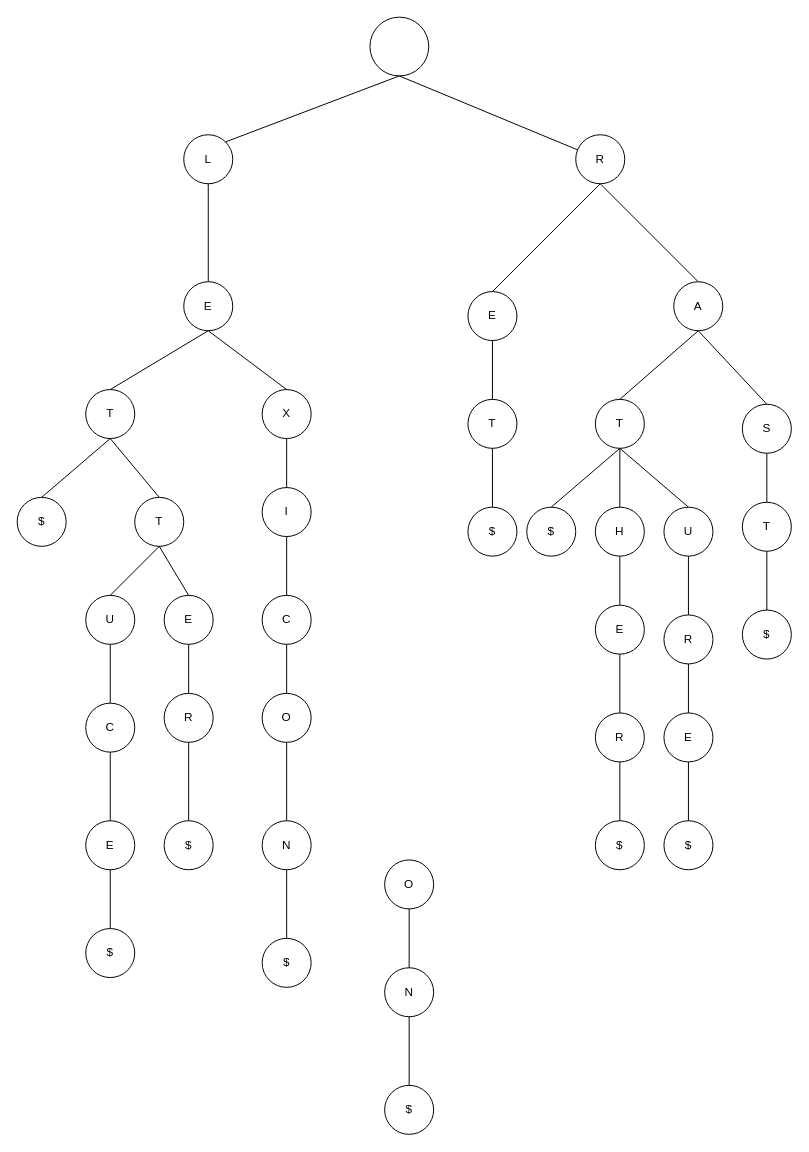
This is Main/Untitled Diagram.drawio from ArnavPatel09/TreeDrawings, a draw.io file, before an edit. Source tidied: cells renumbered, new cells numbered last; positions are measured from the earlier drawing's top-left corner, leaving out a move shared by most shapes. Both pictures are drawn from the tidied source at 98%, with x=0, y=0 at pixel (17, 17).
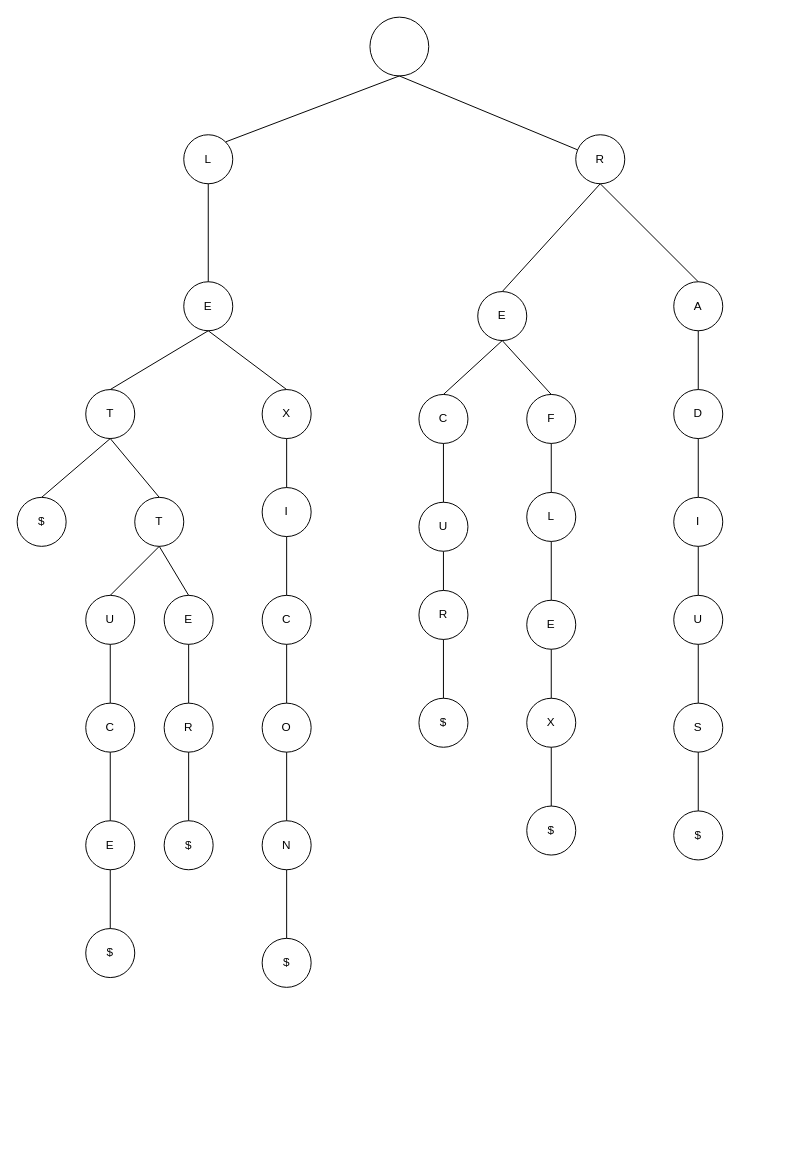
The same diagram, later.

Commit message:
Completed Tree

The change refers to these unchanged cells:
```xml
<mxCell id="50" value="A" style="ellipse;whiteSpace=wrap;html=1;" parent="1" vertex="1">
  <mxGeometry x="670" y="270" width="50" height="50" as="geometry" />
</mxCell>
```

Change to the diagram source:
```diff
@@
     <mxCell id="14" value="O" style="ellipse;whiteSpace=wrap;html=1;" parent="1" vertex="1">
-      <mxGeometry x="250" y="690" width="50" height="50" as="geometry" />
+      <mxGeometry x="250" y="700" width="50" height="50" as="geometry" />
     </mxCell>
@@
-    <mxCell id="16" value="O" style="ellipse;whiteSpace=wrap;html=1;" parent="1" vertex="1">
-      <mxGeometry x="375" y="860" width="50" height="50" as="geometry" />
+    <mxCell id="16" value="R" style="ellipse;whiteSpace=wrap;html=1;" parent="1" vertex="1">
+      <mxGeometry x="410" y="585" width="50" height="50" as="geometry" />
     </mxCell>
@@
-    <mxCell id="18" value="N" style="ellipse;whiteSpace=wrap;html=1;" parent="1" vertex="1">
-      <mxGeometry x="375" y="970" width="50" height="50" as="geometry" />
+    <mxCell id="18" value="$" style="ellipse;whiteSpace=wrap;html=1;" parent="1" vertex="1">
+      <mxGeometry x="410" y="695" width="50" height="50" as="geometry" />
     </mxCell>
-    <mxCell id="19" value="$" style="ellipse;whiteSpace=wrap;html=1;" parent="1" vertex="1">
-      <mxGeometry x="375" y="1090" width="50" height="50" as="geometry" />
-    </mxCell>
@@
-    <mxCell id="23" style="endArrow=none;html=1;rounded=0;entryX=0.5;entryY=1;entryDx=0;entryDy=0;exitX=0.5;exitY=0;exitDx=0;exitDy=0;" parent="1" edge="1" source="19" target="18">
+    <mxCell id="23" style="endArrow=none;html=1;rounded=0;entryX=0.5;entryY=1;entryDx=0;entryDy=0;exitX=0.5;exitY=0;exitDx=0;exitDy=0;" parent="1" edge="1" source="16" target="42">
       <mxGeometry relative="1" as="geometry" />
     </mxCell>
@@
     <mxCell id="25" value="R" style="ellipse;whiteSpace=wrap;html=1;" parent="1" vertex="1">
-      <mxGeometry x="150" y="690" width="50" height="50" as="geometry" />
+      <mxGeometry x="150" y="700" width="50" height="50" as="geometry" />
     </mxCell>
@@
     <mxCell id="39" value="E" style="ellipse;whiteSpace=wrap;html=1;" parent="1" vertex="1">
-      <mxGeometry x="460" y="280" width="50" height="50" as="geometry" />
+      <mxGeometry x="470" y="280" width="50" height="50" as="geometry" />
     </mxCell>
-    <mxCell id="40" value="T" style="ellipse;whiteSpace=wrap;html=1;" parent="1" vertex="1">
-      <mxGeometry x="460" y="390" width="50" height="50" as="geometry" />
+    <mxCell id="40" value="C" style="ellipse;whiteSpace=wrap;html=1;" parent="1" vertex="1">
+      <mxGeometry x="410" y="385" width="50" height="50" as="geometry" />
     </mxCell>
-    <mxCell id="41" value="U" style="ellipse;whiteSpace=wrap;html=1;" parent="1" vertex="1">
-      <mxGeometry x="660" y="500" width="50" height="50" as="geometry" />
-    </mxCell>
-    <mxCell id="42" value="$" style="ellipse;whiteSpace=wrap;html=1;" parent="1" vertex="1">
-      <mxGeometry x="460" y="500" width="50" height="50" as="geometry" />
+    <mxCell id="42" value="U" style="ellipse;whiteSpace=wrap;html=1;" parent="1" vertex="1">
+      <mxGeometry x="410" y="495" width="50" height="50" as="geometry" />
     </mxCell>
-    <mxCell id="43" value="R" style="ellipse;whiteSpace=wrap;html=1;" parent="1" vertex="1">
-      <mxGeometry x="660" y="610" width="50" height="50" as="geometry" />
-    </mxCell>
-    <mxCell id="44" value="E" style="ellipse;whiteSpace=wrap;html=1;" parent="1" vertex="1">
-      <mxGeometry x="660" y="710" width="50" height="50" as="geometry" />
-    </mxCell>
@@
-    <mxCell id="48" style="endArrow=none;html=1;rounded=0;entryX=0.5;entryY=1;entryDx=0;entryDy=0;exitX=0.5;exitY=0;exitDx=0;exitDy=0;" parent="1" edge="1" source="43" target="41">
-      <mxGeometry relative="1" as="geometry" />
-    </mxCell>
-    <mxCell id="49" style="endArrow=none;html=1;rounded=0;entryX=0.5;entryY=1;entryDx=0;entryDy=0;exitX=0.5;exitY=0;exitDx=0;exitDy=0;" parent="1" edge="1" source="44" target="43">
-      <mxGeometry relative="1" as="geometry" />
-    </mxCell>
@@
-    <mxCell id="51" value="T" style="ellipse;whiteSpace=wrap;html=1;" parent="1" vertex="1">
-      <mxGeometry x="590" y="390" width="50" height="50" as="geometry" />
+    <mxCell id="51" value="D" style="ellipse;whiteSpace=wrap;html=1;" parent="1" vertex="1">
+      <mxGeometry x="670" y="380" width="50" height="50" as="geometry" />
     </mxCell>
-    <mxCell id="52" value="H" style="ellipse;whiteSpace=wrap;html=1;" parent="1" vertex="1">
-      <mxGeometry x="590" y="500" width="50" height="50" as="geometry" />
+    <mxCell id="52" value="I" style="ellipse;whiteSpace=wrap;html=1;" parent="1" vertex="1">
+      <mxGeometry x="670" y="490" width="50" height="50" as="geometry" />
     </mxCell>
-    <mxCell id="53" value="$" style="ellipse;whiteSpace=wrap;html=1;" parent="1" vertex="1">
-      <mxGeometry x="520" y="500" width="50" height="50" as="geometry" />
-    </mxCell>
-    <mxCell id="54" value="E" style="ellipse;whiteSpace=wrap;html=1;" parent="1" vertex="1">
-      <mxGeometry x="590" y="600" width="50" height="50" as="geometry" />
+    <mxCell id="54" value="U" style="ellipse;whiteSpace=wrap;html=1;" parent="1" vertex="1">
+      <mxGeometry x="670" y="590" width="50" height="50" as="geometry" />
     </mxCell>
-    <mxCell id="55" value="R" style="ellipse;whiteSpace=wrap;html=1;" parent="1" vertex="1">
-      <mxGeometry x="590" y="710" width="50" height="50" as="geometry" />
+    <mxCell id="55" value="S" style="ellipse;whiteSpace=wrap;html=1;" parent="1" vertex="1">
+      <mxGeometry x="670" y="700" width="50" height="50" as="geometry" />
     </mxCell>
@@
-    <mxCell id="57" style="endArrow=none;html=1;rounded=0;exitX=0.5;exitY=1;exitDx=0;exitDy=0;entryX=0.5;entryY=0;entryDx=0;entryDy=0;" parent="1" edge="1" source="51" target="53">
-      <mxGeometry relative="1" as="geometry" />
-    </mxCell>
@@
     <mxCell id="63" value="$" style="ellipse;whiteSpace=wrap;html=1;" parent="1" vertex="1">
-      <mxGeometry x="590" y="820" width="50" height="50" as="geometry" />
+      <mxGeometry x="670" y="810" width="50" height="50" as="geometry" />
     </mxCell>
@@
-    <mxCell id="65" value="$" style="ellipse;whiteSpace=wrap;html=1;" parent="1" vertex="1">
-      <mxGeometry x="660" y="820" width="50" height="50" as="geometry" />
-    </mxCell>
-    <mxCell id="66" style="endArrow=none;html=1;rounded=0;exitX=0.5;exitY=0;exitDx=0;exitDy=0;entryX=0.5;entryY=1;entryDx=0;entryDy=0;" parent="1" edge="1" source="65" target="44">
-      <mxGeometry relative="1" as="geometry" />
-    </mxCell>
-    <mxCell id="67" style="endArrow=none;html=1;rounded=0;entryX=0.5;entryY=1;entryDx=0;entryDy=0;exitX=0.5;exitY=0;exitDx=0;exitDy=0;" parent="1" edge="1" source="41" target="51">
-      <mxGeometry relative="1" as="geometry" />
-    </mxCell>
-    <mxCell id="68" value="T" style="ellipse;whiteSpace=wrap;html=1;" parent="1" vertex="1">
-      <mxGeometry x="740" y="495" width="50" height="50" as="geometry" />
+    <mxCell id="68" value="L" style="ellipse;whiteSpace=wrap;html=1;" parent="1" vertex="1">
+      <mxGeometry x="520" y="485" width="50" height="50" as="geometry" />
     </mxCell>
-    <mxCell id="69" value="S" style="ellipse;whiteSpace=wrap;html=1;" parent="1" vertex="1">
-      <mxGeometry x="740" y="395" width="50" height="50" as="geometry" />
+    <mxCell id="69" value="F" style="ellipse;whiteSpace=wrap;html=1;" parent="1" vertex="1">
+      <mxGeometry x="520" y="385" width="50" height="50" as="geometry" />
     </mxCell>
-    <mxCell id="70" value="$" style="ellipse;whiteSpace=wrap;html=1;" parent="1" vertex="1">
-      <mxGeometry x="740" y="605" width="50" height="50" as="geometry" />
+    <mxCell id="70" value="E" style="ellipse;whiteSpace=wrap;html=1;" parent="1" vertex="1">
+      <mxGeometry x="520" y="595" width="50" height="50" as="geometry" />
     </mxCell>
@@
-    <mxCell id="73" style="endArrow=none;html=1;rounded=0;entryX=0.5;entryY=1;entryDx=0;entryDy=0;exitX=0.5;exitY=0;exitDx=0;exitDy=0;" parent="1" edge="1" source="69" target="50">
-      <mxGeometry relative="1" as="geometry" />
-    </mxCell>
@@
+    <mxCell id="80" style="endArrow=none;html=1;rounded=0;entryX=0.5;entryY=1;entryDx=0;entryDy=0;exitX=0.5;exitY=0;exitDx=0;exitDy=0;" parent="1" edge="1" source="69" target="39">
+      <mxGeometry relative="1" as="geometry" />
+    </mxCell>
+    <mxCell id="81" value="X" style="ellipse;whiteSpace=wrap;html=1;" parent="1" vertex="1">
+      <mxGeometry x="520" y="695" width="50" height="50" as="geometry" />
+    </mxCell>
+    <mxCell id="82" value="$" style="ellipse;whiteSpace=wrap;html=1;" parent="1" vertex="1">
+      <mxGeometry x="520" y="805" width="50" height="50" as="geometry" />
+    </mxCell>
+    <mxCell id="83" style="endArrow=none;html=1;rounded=0;entryX=0.5;entryY=1;entryDx=0;entryDy=0;exitX=0.5;exitY=0;exitDx=0;exitDy=0;" parent="1" edge="1" source="82" target="81">
+      <mxGeometry relative="1" as="geometry" />
+    </mxCell>
+    <mxCell id="84" style="endArrow=none;html=1;rounded=0;entryX=0.5;entryY=1;entryDx=0;entryDy=0;exitX=0.5;exitY=0;exitDx=0;exitDy=0;" parent="1" edge="1" source="81" target="70">
+      <mxGeometry relative="1" as="geometry" />
+    </mxCell>
```
